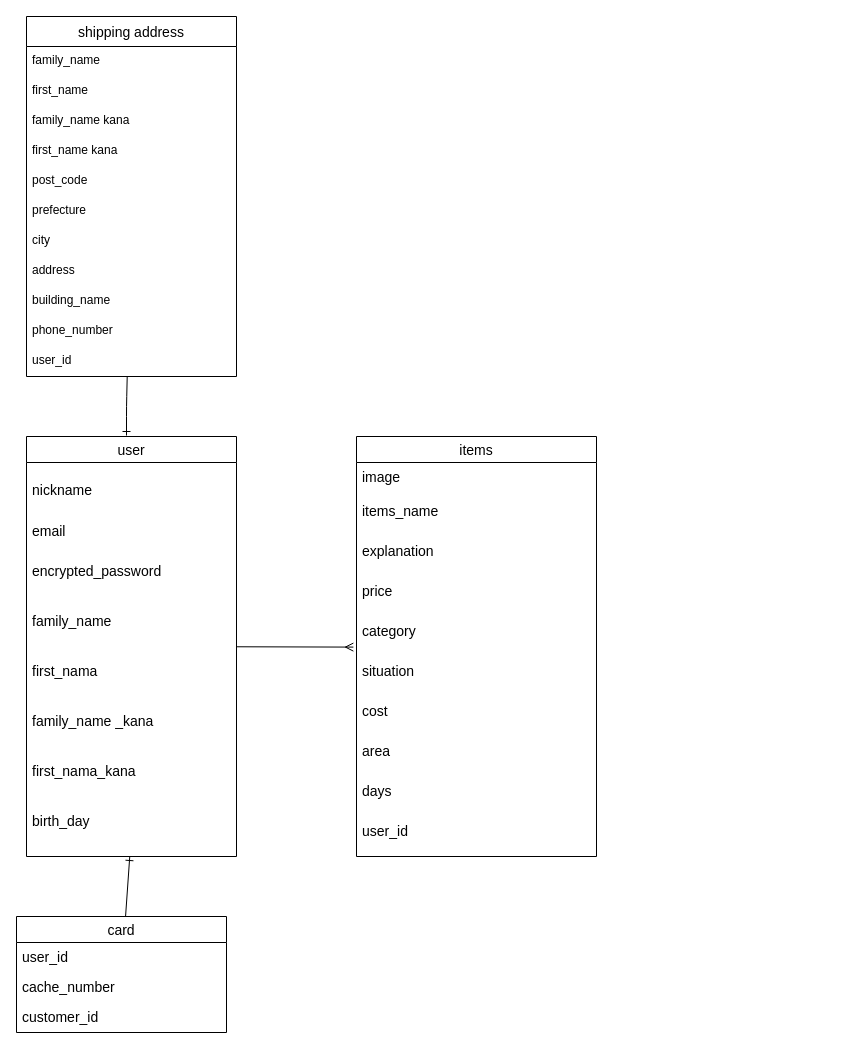
Before: furima.dio in sitahiro/furima-37252, a draw.io diagram. Source tidied: cells renumbered, new cells numbered last; positions are measured from the earlier drawing's top-left corner, leaving out a move shared by most shapes. Both pictures are drawn from the tidied source at 100%, with x=0, y=0 at pixel (16, 16).
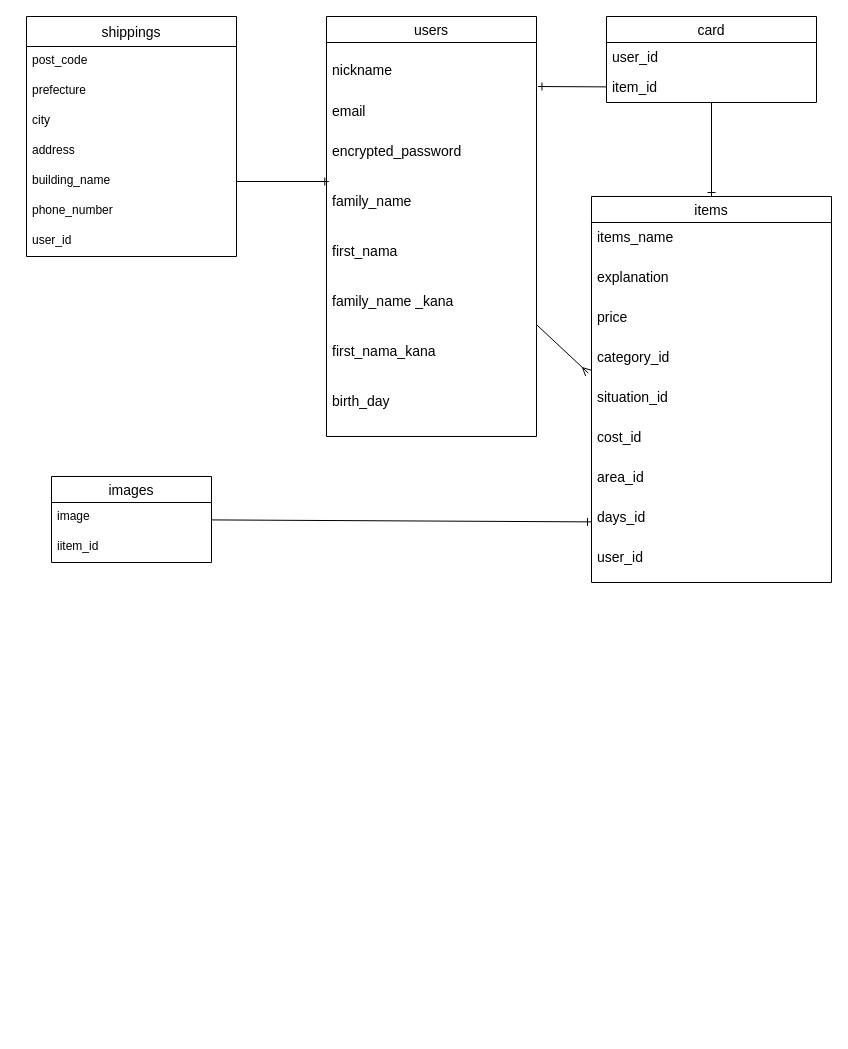
After the change.

Commit message (it also covers changes not shown here):
データベース修正

The change refers to these unchanged cells:
```xml
<mxCell id="4" value="nickname" style="text;strokeColor=none;fillColor=none;spacingLeft=4;spacingRight=4;overflow=hidden;points=[[0,0.5],[1,0.5]];portConstraint=eastwest;fontSize=14;verticalAlign=middle;" parent="3" vertex="1">
  <mxGeometry y="26" width="210" height="54" as="geometry" />
</mxCell>
<mxCell id="7" value="family_name" style="text;strokeColor=none;fillColor=none;spacingLeft=4;spacingRight=4;overflow=hidden;points=[[0,0.5],[1,0.5]];portConstraint=eastwest;fontSize=14;" parent="3" vertex="1">
  <mxGeometry y="170" width="210" height="50" as="geometry" />
</mxCell>
<mxCell id="11" value="birth_day" style="text;strokeColor=none;fillColor=none;spacingLeft=4;spacingRight=4;overflow=hidden;points=[[0,0.5],[1,0.5]];portConstraint=eastwest;fontSize=14;" parent="3" vertex="1">
  <mxGeometry y="370" width="210" height="50" as="geometry" />
</mxCell>
```

The edit, as a diff of the source:
```diff
@@
-    <mxCell id="3" value="user" style="swimlane;fontStyle=0;horizontal=1;startSize=26;align=center;fontSize=14;" parent="1" vertex="1">
-      <mxGeometry x="10" y="420" width="210" height="420" as="geometry" />
+    <mxCell id="3" value="users" style="swimlane;fontStyle=0;horizontal=1;startSize=26;align=center;fontSize=14;" parent="1" vertex="1">
+      <mxGeometry x="310" width="210" height="420" as="geometry" />
     </mxCell>
@@
     <mxCell id="12" value="items" style="swimlane;fontStyle=0;horizontal=1;startSize=26;align=center;fontSize=14;" parent="1" vertex="1">
-      <mxGeometry x="340" y="420" width="240" height="420" as="geometry" />
+      <mxGeometry x="575" y="180" width="240" height="386" as="geometry" />
     </mxCell>
-    <mxCell id="13" value="image" style="text;strokeColor=none;fillColor=none;spacingLeft=4;spacingRight=4;overflow=hidden;fontSize=14;" parent="12" vertex="1">
-      <mxGeometry y="26" width="240" height="34" as="geometry" />
-    </mxCell>
     <mxCell id="14" value="items_name" style="text;strokeColor=none;fillColor=none;spacingLeft=4;spacingRight=4;overflow=hidden;fontSize=14;" parent="12" vertex="1">
-      <mxGeometry y="60" width="240" height="40" as="geometry" />
+      <mxGeometry y="26" width="240" height="40" as="geometry" />
     </mxCell>
     <mxCell id="15" value="explanation" style="text;strokeColor=none;fillColor=none;spacingLeft=4;spacingRight=4;overflow=hidden;fontSize=14;" parent="12" vertex="1">
-      <mxGeometry y="100" width="240" height="40" as="geometry" />
+      <mxGeometry y="66" width="240" height="40" as="geometry" />
     </mxCell>
     <mxCell id="16" value="price" style="text;strokeColor=none;fillColor=none;spacingLeft=4;spacingRight=4;overflow=hidden;fontSize=14;" parent="12" vertex="1">
-      <mxGeometry y="140" width="240" height="40" as="geometry" />
+      <mxGeometry y="106" width="240" height="40" as="geometry" />
     </mxCell>
-    <mxCell id="17" value="category" style="text;strokeColor=none;fillColor=none;spacingLeft=4;spacingRight=4;overflow=hidden;points=[[0,0.5],[1,0.5]];portConstraint=eastwest;fontSize=14;" parent="12" vertex="1">
-      <mxGeometry y="180" width="240" height="40" as="geometry" />
+    <mxCell id="17" value="category_id" style="text;strokeColor=none;fillColor=none;spacingLeft=4;spacingRight=4;overflow=hidden;points=[[0,0.5],[1,0.5]];portConstraint=eastwest;fontSize=14;" parent="12" vertex="1">
+      <mxGeometry y="146" width="240" height="40" as="geometry" />
     </mxCell>
-    <mxCell id="18" value="situation" style="text;strokeColor=none;fillColor=none;spacingLeft=4;spacingRight=4;overflow=hidden;fontSize=14;" parent="12" vertex="1">
-      <mxGeometry y="220" width="240" height="40" as="geometry" />
+    <mxCell id="18" value="situation_id" style="text;strokeColor=none;fillColor=none;spacingLeft=4;spacingRight=4;overflow=hidden;fontSize=14;" parent="12" vertex="1">
+      <mxGeometry y="186" width="240" height="40" as="geometry" />
     </mxCell>
-    <mxCell id="19" value="cost" style="text;strokeColor=none;fillColor=none;spacingLeft=4;spacingRight=4;overflow=hidden;fontSize=14;" parent="12" vertex="1">
-      <mxGeometry y="260" width="240" height="40" as="geometry" />
+    <mxCell id="19" value="cost_id" style="text;strokeColor=none;fillColor=none;spacingLeft=4;spacingRight=4;overflow=hidden;fontSize=14;" parent="12" vertex="1">
+      <mxGeometry y="226" width="240" height="40" as="geometry" />
     </mxCell>
-    <mxCell id="20" value="area" style="text;strokeColor=none;fillColor=none;spacingLeft=4;spacingRight=4;overflow=hidden;fontSize=14;" parent="12" vertex="1">
-      <mxGeometry y="300" width="240" height="40" as="geometry" />
+    <mxCell id="20" value="area_id" style="text;strokeColor=none;fillColor=none;spacingLeft=4;spacingRight=4;overflow=hidden;fontSize=14;" parent="12" vertex="1">
+      <mxGeometry y="266" width="240" height="40" as="geometry" />
     </mxCell>
-    <mxCell id="21" value="days" style="text;strokeColor=none;fillColor=none;spacingLeft=4;spacingRight=4;overflow=hidden;points=[[0,0.5],[1,0.5]];portConstraint=eastwest;fontSize=14;" parent="12" vertex="1">
-      <mxGeometry y="340" width="240" height="40" as="geometry" />
+    <mxCell id="21" value="days_id" style="text;strokeColor=none;fillColor=none;spacingLeft=4;spacingRight=4;overflow=hidden;points=[[0,0.5],[1,0.5]];portConstraint=eastwest;fontSize=14;" parent="12" vertex="1">
+      <mxGeometry y="306" width="240" height="40" as="geometry" />
     </mxCell>
     <mxCell id="22" value="user_id" style="text;strokeColor=none;fillColor=none;spacingLeft=4;spacingRight=4;overflow=hidden;fontSize=14;" parent="12" vertex="1">
-      <mxGeometry y="380" width="240" height="40" as="geometry" />
+      <mxGeometry y="346" width="240" height="40" as="geometry" />
     </mxCell>
-    <mxCell id="23" style="html=1;fontSize=14;endArrow=ERone;endFill=0;" parent="1" edge="1" source="24" target="11">
-      <mxGeometry relative="1" as="geometry" />
-    </mxCell>
+    <mxCell id="41" style="edgeStyle=none;html=1;entryX=0.5;entryY=0;entryDx=0;entryDy=0;endArrow=ERone;endFill=0;" parent="1" edge="1" source="24" target="12">
+      <mxGeometry relative="1" as="geometry" />
+    </mxCell>
     <mxCell id="24" value="card" style="swimlane;fontStyle=0;horizontal=1;startSize=26;align=center;fontSize=14;" parent="1" vertex="1">
-      <mxGeometry y="900" width="210" height="116" as="geometry" />
+      <mxGeometry x="590" width="210" height="86" as="geometry" />
     </mxCell>
@@
-    <mxCell id="26" value="cache_number" style="text;strokeColor=none;fillColor=none;spacingLeft=4;spacingRight=4;overflow=hidden;points=[[0,0.5],[1,0.5]];portConstraint=eastwest;fontSize=14;" parent="24" vertex="1">
+    <mxCell id="26" value="item_id" style="text;strokeColor=none;fillColor=none;spacingLeft=4;spacingRight=4;overflow=hidden;points=[[0,0.5],[1,0.5]];portConstraint=eastwest;fontSize=14;" parent="24" vertex="1">
       <mxGeometry y="56" width="210" height="30" as="geometry" />
     </mxCell>
-    <mxCell id="27" value="customer_id" style="text;strokeColor=none;fillColor=none;spacingLeft=4;spacingRight=4;overflow=hidden;fontSize=14;" parent="24" vertex="1">
-      <mxGeometry y="86" width="210" height="30" as="geometry" />
-    </mxCell>
-    <mxCell id="28" style="edgeStyle=none;html=1;fontSize=14;endArrow=ERone;endFill=0;" parent="1" edge="1" source="29">
-      <mxGeometry relative="1" as="geometry">
-        <mxPoint x="110" y="419" as="targetPoint" />
-        <Array as="points">
-          <mxPoint x="110" y="390" />
-        </Array>
-      </mxGeometry>
-    </mxCell>
-    <mxCell id="29" value="shipping address" style="swimlane;fontStyle=0;horizontal=1;startSize=30;align=center;fontSize=14;" parent="1" vertex="1">
-      <mxGeometry x="10" width="210" height="360" as="geometry" />
+    <mxCell id="29" value="shippings" style="swimlane;fontStyle=0;horizontal=1;startSize=30;align=center;fontSize=14;" parent="1" vertex="1">
+      <mxGeometry x="10" width="210" height="240" as="geometry" />
     </mxCell>
-    <mxCell id="30" value="family_name" style="text;strokeColor=none;fillColor=none;spacingLeft=4;spacingRight=4;overflow=hidden;fontSize=12;" parent="29" vertex="1">
-      <mxGeometry y="30" width="210" height="30" as="geometry" />
-    </mxCell>
-    <mxCell id="31" value="first_name" style="text;strokeColor=none;fillColor=none;spacingLeft=4;spacingRight=4;overflow=hidden;fontSize=12;" parent="29" vertex="1">
-      <mxGeometry y="60" width="210" height="30" as="geometry" />
-    </mxCell>
-    <mxCell id="32" value="family_name kana" style="text;strokeColor=none;fillColor=none;spacingLeft=4;spacingRight=4;overflow=hidden;fontSize=12;" parent="29" vertex="1">
-      <mxGeometry y="90" width="210" height="30" as="geometry" />
-    </mxCell>
-    <mxCell id="33" value="first_name kana" style="text;strokeColor=none;fillColor=none;spacingLeft=4;spacingRight=4;overflow=hidden;fontSize=12;" parent="29" vertex="1">
-      <mxGeometry y="120" width="210" height="30" as="geometry" />
-    </mxCell>
     <mxCell id="34" value="post_code" style="text;strokeColor=none;fillColor=none;spacingLeft=4;spacingRight=4;overflow=hidden;fontSize=12;" parent="29" vertex="1">
-      <mxGeometry y="150" width="210" height="30" as="geometry" />
+      <mxGeometry y="30" width="210" height="30" as="geometry" />
     </mxCell>
     <mxCell id="35" value="prefecture" style="text;strokeColor=none;fillColor=none;spacingLeft=4;spacingRight=4;overflow=hidden;fontSize=12;" parent="29" vertex="1">
-      <mxGeometry y="180" width="210" height="30" as="geometry" />
+      <mxGeometry y="60" width="210" height="30" as="geometry" />
     </mxCell>
     <mxCell id="36" value="city" style="text;strokeColor=none;fillColor=none;spacingLeft=4;spacingRight=4;overflow=hidden;fontSize=12;" parent="29" vertex="1">
-      <mxGeometry y="210" width="210" height="30" as="geometry" />
+      <mxGeometry y="90" width="210" height="30" as="geometry" />
     </mxCell>
     <mxCell id="37" value="address" style="text;strokeColor=none;fillColor=none;spacingLeft=4;spacingRight=4;overflow=hidden;fontSize=12;" parent="29" vertex="1">
-      <mxGeometry y="240" width="210" height="30" as="geometry" />
+      <mxGeometry y="120" width="210" height="30" as="geometry" />
     </mxCell>
     <mxCell id="38" value="building_name" style="text;strokeColor=none;fillColor=none;spacingLeft=4;spacingRight=4;overflow=hidden;points=[[0,0.5],[1,0.5]];portConstraint=eastwest;fontSize=12;" parent="29" vertex="1">
-      <mxGeometry y="270" width="210" height="30" as="geometry" />
+      <mxGeometry y="150" width="210" height="30" as="geometry" />
     </mxCell>
     <mxCell id="39" value="phone_number" style="text;strokeColor=none;fillColor=none;spacingLeft=4;spacingRight=4;overflow=hidden;fontSize=12;" parent="29" vertex="1">
-      <mxGeometry y="300" width="210" height="30" as="geometry" />
+      <mxGeometry y="180" width="210" height="30" as="geometry" />
     </mxCell>
     <mxCell id="40" value="user_id" style="text;strokeColor=none;fillColor=none;spacingLeft=4;spacingRight=4;overflow=hidden;fontSize=12;" parent="29" vertex="1">
-      <mxGeometry y="330" width="210" height="30" as="geometry" />
+      <mxGeometry y="210" width="210" height="30" as="geometry" />
     </mxCell>
+    <mxCell id="42" style="edgeStyle=none;html=1;entryX=0.011;entryY=-0.1;entryDx=0;entryDy=0;entryPerimeter=0;endArrow=ERone;endFill=0;exitX=1;exitY=0.5;exitDx=0;exitDy=0;" parent="1" edge="1" source="38" target="7">
+      <mxGeometry relative="1" as="geometry" />
+    </mxCell>
+    <mxCell id="43" style="edgeStyle=none;html=1;entryX=1.007;entryY=0.815;entryDx=0;entryDy=0;entryPerimeter=0;endArrow=ERone;endFill=0;" parent="1" edge="1" source="26" target="4">
+      <mxGeometry relative="1" as="geometry" />
+    </mxCell>
+    <mxCell id="44" style="edgeStyle=none;html=1;endArrow=ERone;endFill=0;" parent="1" edge="1" source="45" target="21">
+      <mxGeometry relative="1" as="geometry" />
+    </mxCell>
+    <mxCell id="45" value="images" style="swimlane;fontStyle=0;horizontal=1;startSize=26;align=center;fontSize=14;" parent="1" vertex="1">
+      <mxGeometry x="35" y="460" width="160" height="86" as="geometry" />
+    </mxCell>
+    <mxCell id="13" value="image" style="text;strokeColor=none;fillColor=none;spacingLeft=4;spacingRight=4;overflow=hidden;fontSize=12;" parent="45" vertex="1">
+      <mxGeometry y="26" width="160" height="30" as="geometry" />
+    </mxCell>
+    <mxCell id="46" value="iitem_id" style="text;strokeColor=none;fillColor=none;spacingLeft=4;spacingRight=4;overflow=hidden;fontSize=12;" parent="45" vertex="1">
+      <mxGeometry y="56" width="160" height="30" as="geometry" />
+    </mxCell>
```
